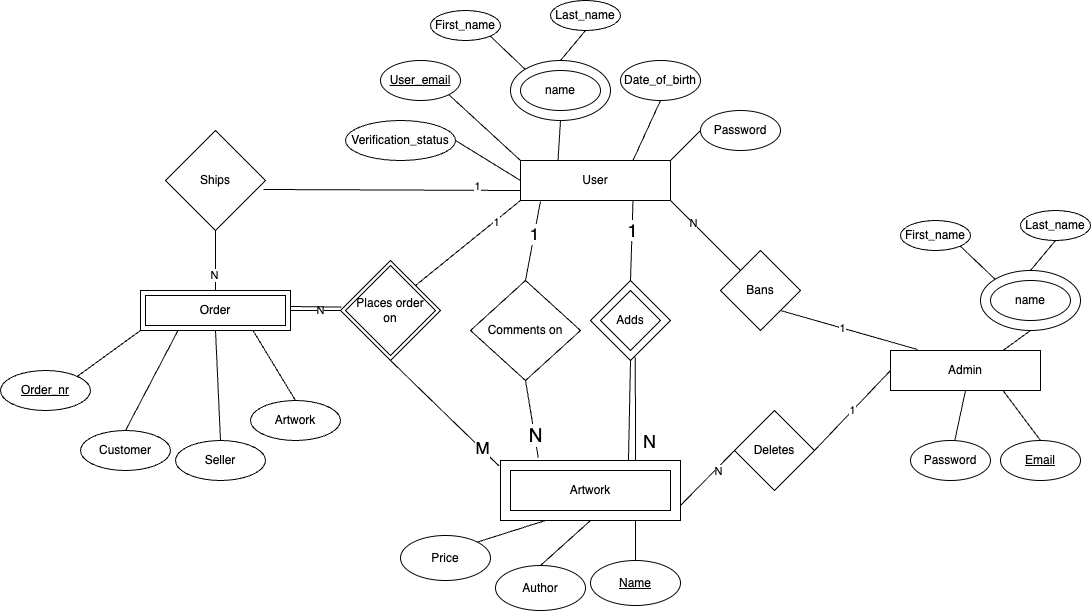
Before: images/EER.drawio.png, a diagram exported from draw.io (kaisaarumeel/ArtZone). Source tidied: cells renumbered, new cells last; positions are measured from the earlier drawing's top-left corner, leaving out a move shared by most shapes.
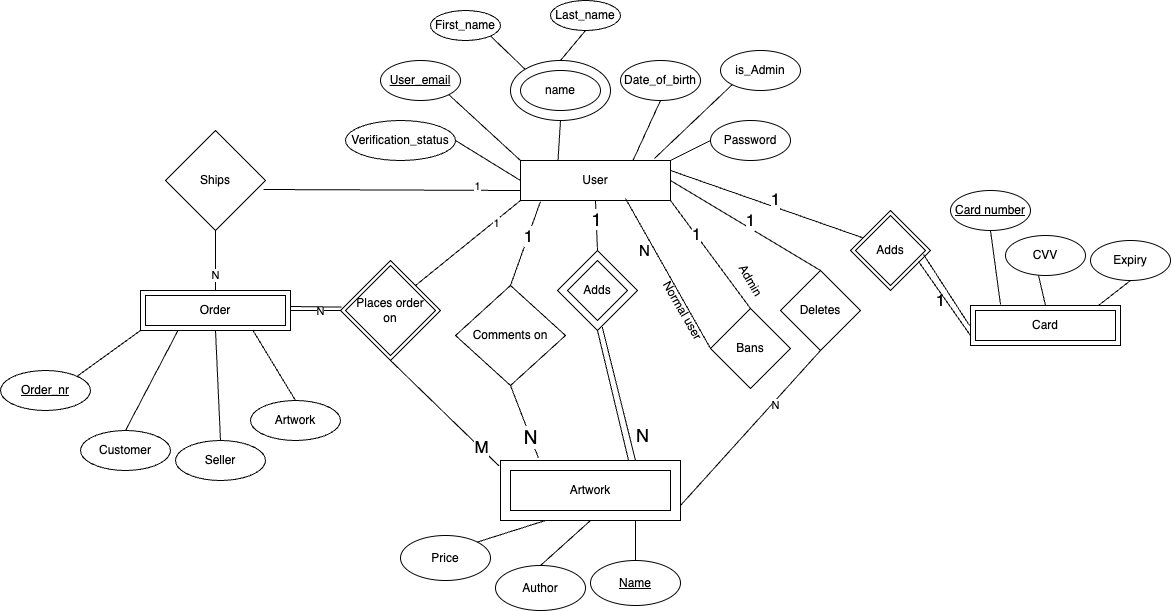
Above is the later version.

Change to the diagram source:
```diff
@@ -9,7 +9,7 @@
       <mxGeometry x="620" y="60" width="80" height="40" as="geometry" />
     </mxCell>
     <mxCell id="4" value="Password" style="ellipse;whiteSpace=wrap;html=1;" parent="1" vertex="1">
-      <mxGeometry x="700" y="110" width="80" height="40" as="geometry" />
+      <mxGeometry x="710" y="120" width="80" height="40" as="geometry" />
     </mxCell>
     <mxCell id="5" value="Verification_status" style="ellipse;whiteSpace=wrap;html=1;" parent="1" vertex="1">
       <mxGeometry x="345" y="120" width="110" height="40" as="geometry" />
@@ -18,12 +18,12 @@
       <mxGeometry x="140" y="290" width="150" height="40" as="geometry" />
     </mxCell>
     <mxCell id="7" value="Comments on" style="rhombus;whiteSpace=wrap;html=1;" parent="1" vertex="1">
-      <mxGeometry x="470" y="280" width="110" height="100" as="geometry" />
+      <mxGeometry x="455" y="285" width="110" height="100" as="geometry" />
     </mxCell>
     <mxCell id="8" value="adds" style="rhombus;whiteSpace=wrap;html=1;" parent="1" vertex="1">
-      <mxGeometry x="590" y="280" width="80" height="80" as="geometry" />
+      <mxGeometry x="557" y="250" width="80" height="80" as="geometry" />
     </mxCell>
-    <mxCell id="9" style="endArrow=none;html=1;rounded=0;entryX=0.75;entryY=1;entryDx=0;entryDy=0;exitX=0.5;exitY=0;exitDx=0;exitDy=0;" parent="1" edge="1" source="8" target="2">
+    <mxCell id="9" style="endArrow=none;html=1;rounded=0;entryX=0.5;entryY=1;entryDx=0;entryDy=0;exitX=0.5;exitY=0;exitDx=0;exitDy=0;" parent="1" edge="1" source="8" target="2">
       <mxGeometry relative="1" as="geometry" />
     </mxCell>
     <mxCell id="10" value="&lt;font style=&quot;font-size: 18px;&quot;&gt;1&lt;/font&gt;" style="edgeLabel;html=1;align=center;verticalAlign=middle;" parent="9" vertex="1">
@@ -142,26 +142,25 @@
       </mxGeometry>
     </mxCell>
     <mxCell id="47" value="Adds" style="rhombus;whiteSpace=wrap;html=1;" parent="1" vertex="1">
-      <mxGeometry x="600" y="290" width="60" height="60" as="geometry" />
+      <mxGeometry x="567" y="260" width="60" height="60" as="geometry" />
     </mxCell>
-    <mxCell id="48" value="Admin" style="rounded=0;whiteSpace=wrap;html=1;" parent="1" vertex="1">
-      <mxGeometry x="890" y="350" width="150" height="40" as="geometry" />
-    </mxCell>
-    <mxCell id="49" style="endArrow=none;html=1;rounded=0;entryX=1;entryY=0;entryDx=0;entryDy=0;exitX=1;exitY=1;exitDx=0;exitDy=0;" parent="1" edge="1" source="2" target="51">
+    <mxCell id="49" style="endArrow=none;html=1;rounded=0;entryX=1;entryY=0.5;entryDx=0;entryDy=0;exitX=1;exitY=1;exitDx=0;exitDy=0;" parent="1" edge="1" source="2" target="51">
       <mxGeometry relative="1" as="geometry" />
     </mxCell>
-    <mxCell id="50" value="N" style="edgeLabel;html=1;align=center;verticalAlign=middle;" parent="49" vertex="1">
+    <mxCell id="50" value="&lt;font style=&quot;font-size: 16px;&quot;&gt;1&lt;/font&gt;" style="edgeLabel;html=1;align=center;verticalAlign=middle;" parent="49" vertex="1">
       <mxGeometry x="-0.35" relative="1" as="geometry" />
     </mxCell>
     <mxCell id="51" value="Bans" style="rhombus;whiteSpace=wrap;html=1;direction=north;" parent="1" vertex="1">
-      <mxGeometry x="720" y="250" width="80" height="80" as="geometry" />
+      <mxGeometry x="710" y="308" width="80" height="80" as="geometry" />
     </mxCell>
-    <mxCell id="52" style="endArrow=none;html=1;rounded=0;entryX=0.18;entryY=-0.025;entryDx=0;entryDy=0;exitX=0;exitY=1;exitDx=0;exitDy=0;entryPerimeter=0;" parent="1" edge="1" source="51" target="48">
+    <mxCell id="52" style="endArrow=none;html=1;rounded=0;entryX=0.7;entryY=0.95;entryDx=0;entryDy=0;exitX=0.5;exitY=0;exitDx=0;exitDy=0;entryPerimeter=0;" parent="1" edge="1" source="51" target="2">
       <mxGeometry relative="1" as="geometry" />
     </mxCell>
-    <mxCell id="53" value="1" style="edgeLabel;html=1;align=center;verticalAlign=middle;" parent="52" vertex="1">
-      <mxGeometry x="-0.1" relative="1" as="geometry" />
-    </mxCell>
+    <mxCell id="86" value="&lt;font style=&quot;font-size: 15px;&quot;&gt;N&lt;/font&gt;" style="edgeLabel;html=1;align=center;verticalAlign=middle;" parent="52" vertex="1">
+      <mxGeometry x="-0.11" y="-4" relative="1" as="geometry">
+        <mxPoint x="-32" y="-30" as="offset" />
+      </mxGeometry>
+    </mxCell>
     <mxCell id="54" value="&lt;u&gt;Order_nr&lt;/u&gt;" style="ellipse;whiteSpace=wrap;html=1;" parent="1" vertex="1">
       <mxGeometry y="370" width="90" height="40" as="geometry" />
     </mxCell>
@@ -169,7 +168,7 @@
       <mxGeometry x="80" y="430" width="90" height="40" as="geometry" />
     </mxCell>
     <mxCell id="56" value="Deletes" style="rhombus;whiteSpace=wrap;html=1;direction=north;" parent="1" vertex="1">
-      <mxGeometry x="734" y="410" width="80" height="80" as="geometry" />
+      <mxGeometry x="780" y="270" width="80" height="80" as="geometry" />
     </mxCell>
     <mxCell id="57" value="Seller" style="ellipse;whiteSpace=wrap;html=1;" parent="1" vertex="1">
       <mxGeometry x="175" y="440" width="90" height="40" as="geometry" />
@@ -204,51 +203,15 @@
     <mxCell id="67" style="endArrow=none;html=1;rounded=0;entryX=0;entryY=1;entryDx=0;entryDy=0;exitX=1;exitY=0;exitDx=0;exitDy=0;" parent="1" edge="1" source="54" target="6">
       <mxGeometry relative="1" as="geometry" />
     </mxCell>
-    <mxCell id="68" value="Password" style="ellipse;whiteSpace=wrap;html=1;" parent="1" vertex="1">
-      <mxGeometry x="910" y="440" width="80" height="40" as="geometry" />
-    </mxCell>
-    <mxCell id="69" style="endArrow=none;html=1;rounded=0;exitX=1;exitY=0.75;exitDx=0;exitDy=0;entryX=0.5;entryY=0;entryDx=0;entryDy=0;" parent="1" edge="1" source="13" target="56">
+    <mxCell id="69" style="endArrow=none;html=1;rounded=0;exitX=1;exitY=0.75;exitDx=0;exitDy=0;entryX=0;entryY=0.5;entryDx=0;entryDy=0;" parent="1" edge="1" source="13" target="56">
       <mxGeometry relative="1" as="geometry" />
     </mxCell>
     <mxCell id="70" value="N" style="edgeLabel;html=1;align=center;verticalAlign=middle;" parent="69" vertex="1">
       <mxGeometry x="0.32" y="-3" relative="1" as="geometry" />
     </mxCell>
-    <mxCell id="71" value="1" style="endArrow=none;html=1;rounded=0;entryX=0;entryY=0.5;entryDx=0;entryDy=0;exitX=0.5;exitY=1;exitDx=0;exitDy=0;" parent="1" edge="1" source="56" target="48">
-      <mxGeometry relative="1" as="geometry" />
+    <mxCell id="71" value="&lt;font style=&quot;font-size: 17px;&quot;&gt;1&lt;/font&gt;" style="endArrow=none;html=1;rounded=0;entryX=1;entryY=0.5;entryDx=0;entryDy=0;exitX=1;exitY=0.5;exitDx=0;exitDy=0;" parent="1" edge="1" source="56" target="2">
+      <mxGeometry x="-0.02" y="-7" relative="1" as="geometry" />
     </mxCell>
-    <mxCell id="72" value="&lt;u&gt;Email&lt;/u&gt;" style="ellipse;whiteSpace=wrap;html=1;" parent="1" vertex="1">
-      <mxGeometry x="1000" y="440" width="80" height="40" as="geometry" />
-    </mxCell>
-    <mxCell id="73" style="group;" parent="1" vertex="1">
-      <mxGeometry x="900" y="220" width="190" height="110" as="geometry" />
-    </mxCell>
-    <mxCell id="74" style="ellipse;whiteSpace=wrap;html=1;" parent="73" vertex="1">
-      <mxGeometry x="80" y="50" width="100" height="60" as="geometry" />
-    </mxCell>
-    <mxCell id="75" value="name" style="ellipse;whiteSpace=wrap;html=1;" parent="73" vertex="1">
-      <mxGeometry x="90" y="60" width="80" height="40" as="geometry" />
-    </mxCell>
-    <mxCell id="76" value="First_name" style="ellipse;whiteSpace=wrap;html=1;" parent="73" vertex="1">
-      <mxGeometry width="70" height="30" as="geometry" />
-    </mxCell>
-    <mxCell id="77" style="endArrow=none;html=1;rounded=0;entryX=0.5;entryY=1;entryDx=0;entryDy=0;exitX=0.5;exitY=0;exitDx=0;exitDy=0;" parent="73" edge="1" source="74" target="79">
-      <mxGeometry relative="1" as="geometry" />
-    </mxCell>
-    <mxCell id="78" style="endArrow=none;html=1;rounded=0;entryX=1;entryY=1;entryDx=0;entryDy=0;exitX=0;exitY=0;exitDx=0;exitDy=0;" parent="73" edge="1" source="74" target="76">
-      <mxGeometry relative="1" as="geometry" />
-    </mxCell>
-    <mxCell id="79" value="Last_name" style="ellipse;whiteSpace=wrap;html=1;" parent="73" vertex="1">
-      <mxGeometry x="120" y="-10" width="70" height="30" as="geometry" />
-    </mxCell>
-    <mxCell id="80" style="endArrow=none;html=1;rounded=0;entryX=0.5;entryY=1;entryDx=0;entryDy=0;exitX=0.75;exitY=0;exitDx=0;exitDy=0;" parent="1" edge="1" source="48" target="74">
-      <mxGeometry relative="1" as="geometry" />
-    </mxCell>
-    <mxCell id="81" style="endArrow=none;html=1;rounded=0;entryX=0.5;entryY=0;entryDx=0;entryDy=0;exitX=0.75;exitY=1;exitDx=0;exitDy=0;" parent="1" edge="1" source="48" target="72">
-      <mxGeometry relative="1" as="geometry" />
-    </mxCell>
-    <mxCell id="82" style="endArrow=none;html=1;rounded=0;exitX=0.5;exitY=1;exitDx=0;exitDy=0;" parent="1" edge="1" source="48" target="68">
-      <mxGeometry relative="1" as="geometry" />
-    </mxCell>
     <mxCell id="83" value="Places order&lt;br&gt;on" style="rhombus;whiteSpace=wrap;html=1;" parent="1" vertex="1">
       <mxGeometry x="345" y="265" width="90" height="90" as="geometry" />
     </mxCell>
@@ -260,5 +223,58 @@
     <mxCell id="85" value="Order" style="rounded=0;whiteSpace=wrap;html=1;" parent="1" vertex="1">
       <mxGeometry x="145" y="295" width="140" height="30" as="geometry" />
     </mxCell>
+    <mxCell id="87" value="is_Admin" style="ellipse;whiteSpace=wrap;html=1;" parent="1" vertex="1">
+      <mxGeometry x="720" y="50" width="80" height="40" as="geometry" />
+    </mxCell>
+    <mxCell id="88" style="endArrow=none;html=1;rounded=0;entryX=0;entryY=1;entryDx=0;entryDy=0;exitX=0.893;exitY=-0.05;exitDx=0;exitDy=0;exitPerimeter=0;" parent="1" edge="1" source="2" target="87">
+      <mxGeometry relative="1" as="geometry" />
+    </mxCell>
+    <mxCell id="89" value="Card" style="rounded=0;whiteSpace=wrap;html=1;" parent="1" vertex="1">
+      <mxGeometry x="970" y="305" width="150" height="40" as="geometry" />
+    </mxCell>
+    <mxCell id="90" value="Card" style="rounded=0;whiteSpace=wrap;html=1;" parent="1" vertex="1">
+      <mxGeometry x="975" y="310" width="140" height="30" as="geometry" />
+    </mxCell>
+    <mxCell id="91" value="&lt;u&gt;Card number&lt;/u&gt;" style="ellipse;whiteSpace=wrap;html=1;" parent="1" vertex="1">
+      <mxGeometry x="950" y="190" width="80" height="40" as="geometry" />
+    </mxCell>
+    <mxCell id="92" value="Expiry" style="ellipse;whiteSpace=wrap;html=1;" parent="1" vertex="1">
+      <mxGeometry x="1090" y="240" width="80" height="40" as="geometry" />
+    </mxCell>
+    <mxCell id="93" value="CVV" style="ellipse;whiteSpace=wrap;html=1;" parent="1" vertex="1">
+      <mxGeometry x="1005" y="235" width="80" height="40" as="geometry" />
+    </mxCell>
+    <mxCell id="94" style="endArrow=none;html=1;rounded=0;entryX=0.5;entryY=1;entryDx=0;entryDy=0;exitX=0.2;exitY=-0.025;exitDx=0;exitDy=0;exitPerimeter=0;" parent="1" edge="1" source="89" target="91">
+      <mxGeometry relative="1" as="geometry" />
+    </mxCell>
+    <mxCell id="95" style="endArrow=none;html=1;rounded=0;entryX=0.5;entryY=1;entryDx=0;entryDy=0;exitX=0.853;exitY=0;exitDx=0;exitDy=0;exitPerimeter=0;" parent="1" edge="1" source="89" target="92">
+      <mxGeometry relative="1" as="geometry" />
+    </mxCell>
+    <mxCell id="96" style="endArrow=none;html=1;rounded=0;entryX=0.413;entryY=1;entryDx=0;entryDy=0;exitX=0.5;exitY=0;exitDx=0;exitDy=0;entryPerimeter=0;" parent="1" edge="1" source="89" target="93">
+      <mxGeometry relative="1" as="geometry" />
+    </mxCell>
+    <mxCell id="48" value="Admin" style="text;html=1;align=center;verticalAlign=middle;points=[];strokeColor=none;fillColor=none;rotation=60;" parent="1" vertex="1">
+      <mxGeometry x="720" y="265" width="60" height="30" as="geometry" />
+    </mxCell>
+    <mxCell id="97" value="Normal user" style="text;html=1;align=center;verticalAlign=middle;strokeColor=none;fillColor=none;rotation=60;" parent="1" vertex="1">
+      <mxGeometry x="637" y="295" width="90" height="30" as="geometry" />
+    </mxCell>
+    <mxCell id="98" value="&lt;font style=&quot;font-size: 17px;&quot;&gt;1&lt;/font&gt;" style="endArrow=none;html=1;rounded=0;entryX=1;entryY=0.25;entryDx=0;entryDy=0;" parent="1" edge="1" target="2">
+      <mxGeometry x="-0.02" y="-7" relative="1" as="geometry">
+        <mxPoint x="870" y="240" as="sourcePoint" />
+      </mxGeometry>
+    </mxCell>
+    <mxCell id="99" value="Adds" style="rhombus;whiteSpace=wrap;html=1;direction=north;" parent="1" vertex="1">
+      <mxGeometry x="850" y="210" width="80" height="80" as="geometry" />
+    </mxCell>
+    <mxCell id="100" value="&lt;font style=&quot;font-size: 17px;&quot;&gt;1&lt;/font&gt;" style="endArrow=none;html=1;rounded=0;entryX=0.45;entryY=0.913;entryDx=0;entryDy=0;exitX=-0.043;exitY=0.5;exitDx=0;exitDy=0;exitPerimeter=0;entryPerimeter=0;" parent="1" edge="1" source="90" target="99">
+      <mxGeometry x="-0.13" y="11" relative="1" as="geometry" />
+    </mxCell>
+    <mxCell id="101" style="endArrow=none;html=1;rounded=0;entryX=0.363;entryY=0.85;entryDx=0;entryDy=0;exitX=0;exitY=0.75;exitDx=0;exitDy=0;entryPerimeter=0;" parent="1" edge="1" source="89" target="99">
+      <mxGeometry x="-0.02" y="-7" relative="1" as="geometry" />
+    </mxCell>
+    <mxCell id="102" value="Adds" style="rhombus;whiteSpace=wrap;html=1;direction=north;" parent="1" vertex="1">
+      <mxGeometry x="855" y="215" width="70" height="70" as="geometry" />
+    </mxCell>
   </root>
 </mxGraphModel>
```
